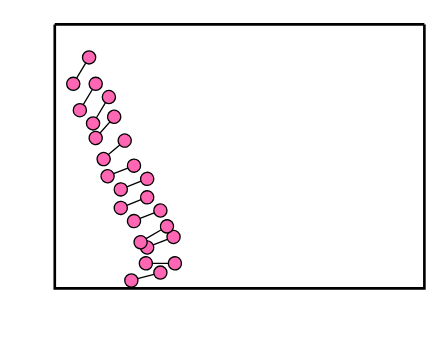
Earlier version of the draw.io diagram 哑铃分布t=0.05.drawio (mauhin/auto). Source tidied: cells renumbered, new cells numbered last; positions are measured from the earlier drawing's top-left corner, leaving out a move shared by most shapes. Both pictures are drawn from the tidied source at 132%, with x=0, y=0 at pixel (54, 24).
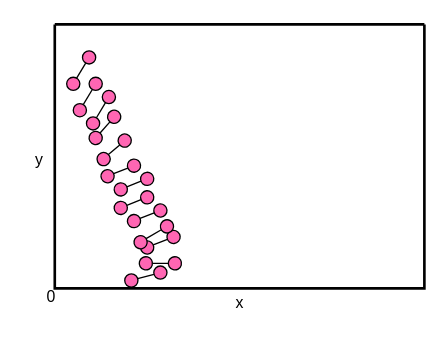
Above is the later version.

Commit message:
更新哑铃分布t=0.05.drawio

Change to the diagram source:
```diff
@@
+    <mxCell id="56" value="0" style="text;html=1;align=center;verticalAlign=middle;strokeColor=none;fillColor=none;" parent="1" vertex="1">
+      <mxGeometry x="-16" y="194" width="25" height="26" as="geometry" />
+    </mxCell>
+    <mxCell id="57" value="x" style="text;html=1;align=center;verticalAlign=middle;strokeColor=none;fillColor=none;" parent="1" vertex="1">
+      <mxGeometry x="128" y="198" width="24" height="26" as="geometry" />
+    </mxCell>
+    <mxCell id="58" value="y" style="text;html=1;align=center;verticalAlign=middle;strokeColor=none;fillColor=none;" parent="1" vertex="1">
+      <mxGeometry x="-24" y="89.9" width="24" height="26" as="geometry" />
+    </mxCell>
```
